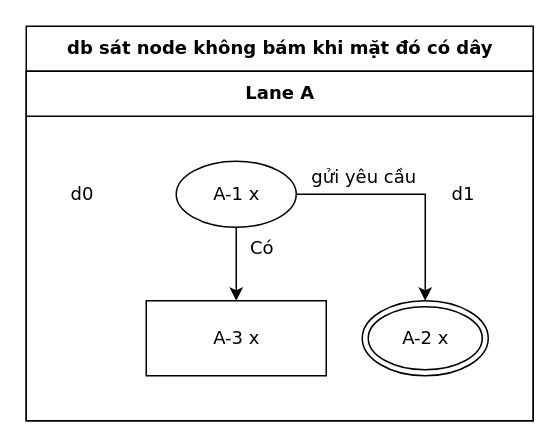
luytbq/flowcast keeps this draw.io diagram as conformance/golden/optimize/cases-50-geom-hug-side-busy.drawio. Above is the earlier version. Source tidied: cells renumbered, new cells numbered last; positions are measured from the earlier drawing's top-left corner, leaving out a move shared by most shapes. Both pictures are drawn from the tidied source at 150%, with x=0, y=0 at pixel (26, 26).
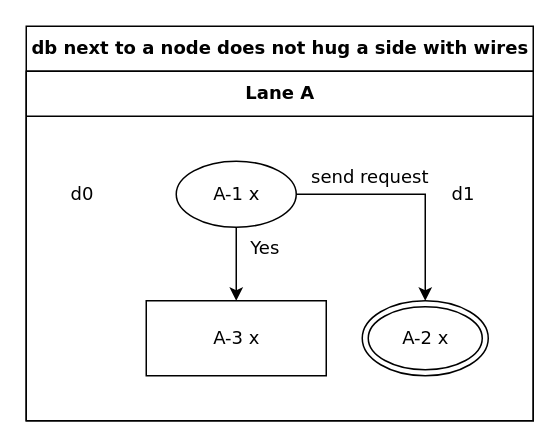
The same page after the edit.

Change to the diagram source:
```diff
@@
 <mxGraphModel>
   <root>
     <mxCell id="0" />
     <mxCell id="1" parent="0" />
-    <mxCell id="2" value="db sát node không bám khi mặt đó có dây" style="swimlane;html=1;startSize=30;fontStyle=1;fontFamily=Verdana;fontSize=12;flowtable=1;" parent="1" vertex="1">
+    <mxCell id="2" value="db next to a node does not hug a side with wires" style="swimlane;html=1;startSize=30;fontStyle=1;fontFamily=Verdana;fontSize=12;flowtable=1;" parent="1" vertex="1">
       <mxGeometry width="338" height="263" as="geometry" />
     </mxCell>
     <mxCell id="3" value="Lane A" style="swimlane;html=1;startSize=30;fontFamily=Verdana;fontSize=12;flowtable=1;" parent="2" vertex="1">
       <mxGeometry y="30" width="338" height="233" as="geometry" />
     </mxCell>
     <mxCell id="4" value="A-1 x" style="ellipse;html=1;fontFamily=Verdana;fontSize=12;flowtable=1;" parent="3" vertex="1">
       <mxGeometry x="100" y="60" width="80" height="44" as="geometry" />
     </mxCell>
     <mxCell id="5" value="d0" style="text;html=1;align=left;verticalAlign=middle;spacingLeft=4;fontFamily=Verdana;fontSize=12;flowtable=1;" parent="3" vertex="1">
       <mxGeometry x="24" y="68" width="36" height="28" as="geometry" />
     </mxCell>
     <mxCell id="6" value="d1" style="text;html=1;align=left;verticalAlign=middle;spacingLeft=4;fontFamily=Verdana;fontSize=12;flowtable=1;" parent="3" vertex="1">
       <mxGeometry x="278" y="68" width="36" height="28" as="geometry" />
     </mxCell>
     <mxCell id="7" value="A-2 x" style="shape=doubleEllipse;html=1;fontFamily=Verdana;fontSize=12;flowtable=1;" parent="3" vertex="1">
       <mxGeometry x="224" y="153" width="84" height="50" as="geometry" />
     </mxCell>
     <mxCell id="8" value="A-3 x" style="rounded=0;html=1;fontFamily=Verdana;fontSize=12;flowtable=1;" parent="3" vertex="1">
       <mxGeometry x="80" y="153" width="120" height="50" as="geometry" />
     </mxCell>
-    <mxCell id="9" value="gửi yêu cầu" style="edgeStyle=orthogonalEdgeStyle;rounded=0;jettySize=auto;html=1;labelBackgroundColor=default;exitX=1;exitY=0.5;exitDx=0;exitDy=0;entryX=0.5;entryY=0;entryDx=0;entryDy=0;fontFamily=Verdana;fontSize=12;flowtable=1;" parent="2" edge="1" source="4" target="7">
-      <mxGeometry x="-0.43" relative="1" as="geometry">
+    <mxCell id="9" value="send request" style="edgeStyle=orthogonalEdgeStyle;rounded=0;jettySize=auto;html=1;labelBackgroundColor=default;exitX=1;exitY=0.5;exitDx=0;exitDy=0;entryX=0.5;entryY=0;entryDx=0;entryDy=0;fontFamily=Verdana;fontSize=12;flowtable=1;" parent="2" edge="1" source="4" target="7">
+      <mxGeometry x="-0.37" relative="1" as="geometry">
         <Array as="points">
           <mxPoint x="266" y="112" />
         </Array>
         <mxPoint y="-11.5" as="offset" />
       </mxGeometry>
     </mxCell>
-    <mxCell id="10" value="Có" style="edgeStyle=orthogonalEdgeStyle;rounded=0;jettySize=auto;html=1;labelBackgroundColor=default;exitX=0.5;exitY=1;exitDx=0;exitDy=0;entryX=0.5;entryY=0;entryDx=0;entryDy=0;fontFamily=Verdana;fontSize=12;flowtable=1;" parent="2" edge="1" source="4" target="8">
+    <mxCell id="10" value="Yes" style="edgeStyle=orthogonalEdgeStyle;rounded=0;jettySize=auto;html=1;labelBackgroundColor=default;exitX=0.5;exitY=1;exitDx=0;exitDy=0;entryX=0.5;entryY=0;entryDx=0;entryDy=0;fontFamily=Verdana;fontSize=12;flowtable=1;" parent="2" edge="1" source="4" target="8">
       <mxGeometry x="-0.41" relative="1" as="geometry">
-        <mxPoint x="16.8" as="offset" />
+        <mxPoint x="19.4" as="offset" />
       </mxGeometry>
     </mxCell>
   </root>
 </mxGraphModel>
```
